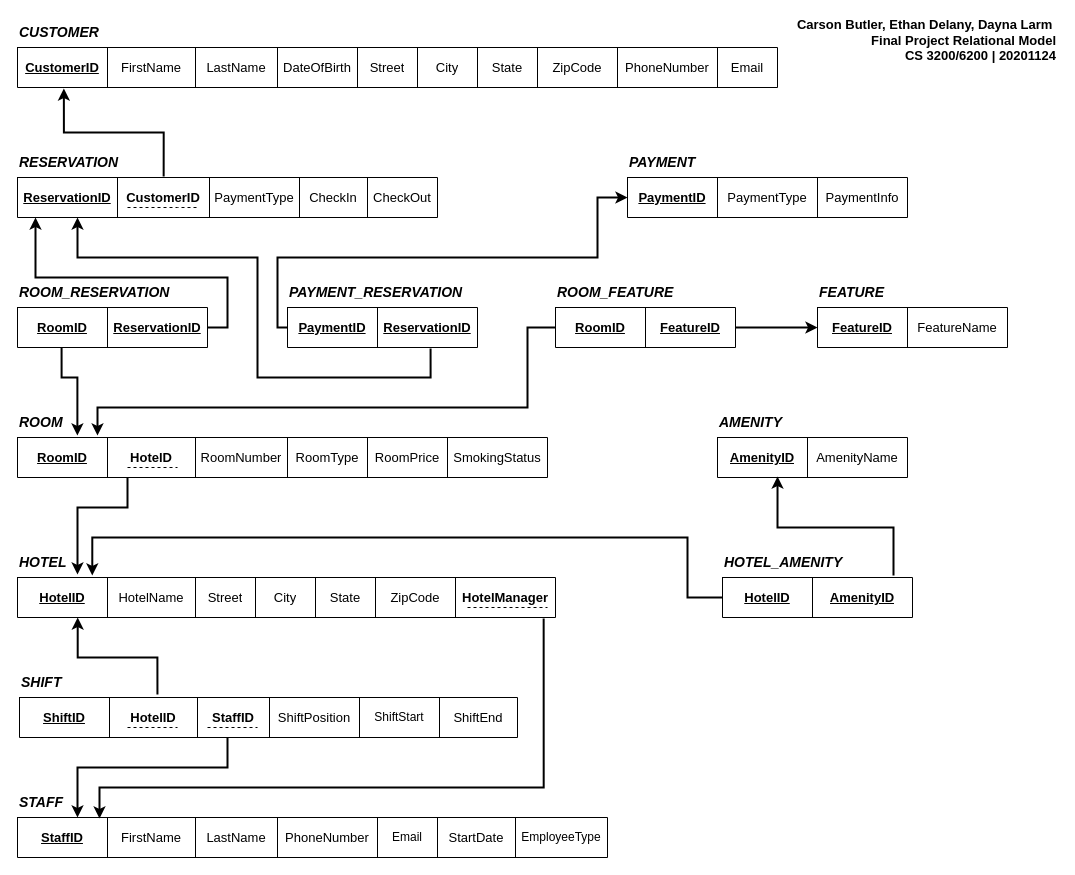
This is documentation/CBEDDL_CS3200_project_relational_model.drawio from Starmism/HotelMan, a draw.io file, before an edit. Source tidied: cells renumbered, new cells numbered last; positions are measured from the earlier drawing's top-left corner, leaving out a move shared by most shapes. Both pictures are drawn from the tidied source at 100%, with x=0, y=0 at pixel (17, 17).
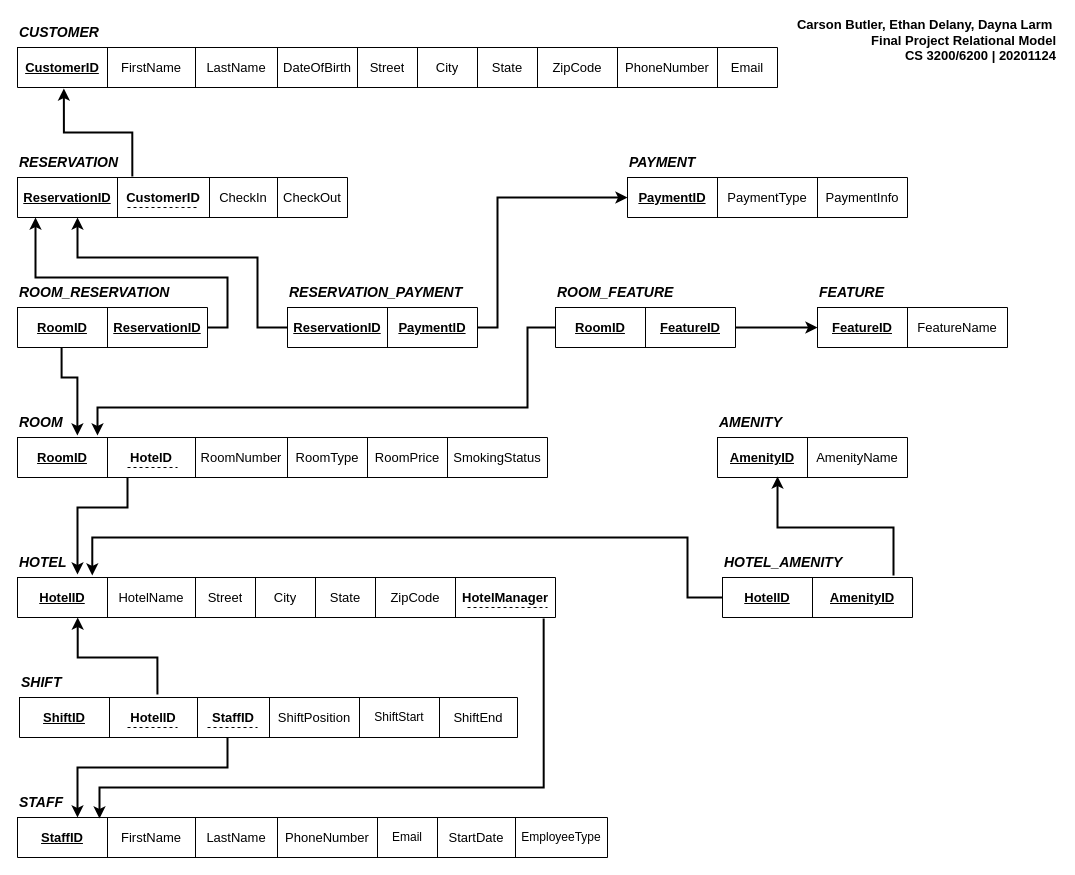
The same page after the edit.

Commit message (it also covers changes not shown here):
docs(final-project): relational model 2nd pass

There are outstanding questions for me in the gdoc

Unchanged cells that the change refers to:
```xml
<mxCell id="27" style="shape=partialRectangle;html=1;whiteSpace=wrap;fillColor=none;top=0;left=0;bottom=0;right=0;points=[[0,0.5],[1,0.5]];portConstraint=eastwest;" parent="26" vertex="1">
  <mxGeometry width="280" height="40" as="geometry" />
</mxCell>
<mxCell id="58" style="shape=partialRectangle;html=1;whiteSpace=wrap;fillColor=none;top=0;left=0;bottom=0;right=0;points=[[0,0.5],[1,0.5]];portConstraint=eastwest;" parent="57" vertex="1">
  <mxGeometry width="190" height="40" as="geometry" />
</mxCell>
```

Diff of the diagram source:
```diff
@@
     <mxCell id="17" style="shape=table;html=1;whiteSpace=wrap;startSize=0;childLayout=tableLayout;" parent="1" vertex="1">
-      <mxGeometry y="160" width="420" height="40" as="geometry" />
+      <mxGeometry y="160" width="330" height="40" as="geometry" />
     </mxCell>
     <mxCell id="18" style="shape=partialRectangle;html=1;whiteSpace=wrap;fillColor=none;top=0;left=0;bottom=0;right=0;points=[[0,0.5],[1,0.5]];portConstraint=eastwest;" parent="17" vertex="1">
-      <mxGeometry width="420" height="40" as="geometry" />
+      <mxGeometry width="330" height="40" as="geometry" />
     </mxCell>
@@
-    <mxCell id="21" value="&lt;font style=&quot;font-size: 13px&quot;&gt;PaymentType&lt;/font&gt;" style="shape=partialRectangle;html=1;whiteSpace=wrap;overflow=hidden;fillColor=none;top=0;left=0;bottom=0;right=0;" parent="18" vertex="1">
-      <mxGeometry x="192" width="90" height="40" as="geometry" />
-    </mxCell>
     <mxCell id="22" value="&lt;font style=&quot;font-size: 13px&quot;&gt;CheckIn&lt;/font&gt;" style="shape=partialRectangle;html=1;whiteSpace=wrap;overflow=hidden;fillColor=none;top=0;left=0;bottom=0;right=0;" parent="18" vertex="1">
-      <mxGeometry x="282" width="68" height="40" as="geometry" />
+      <mxGeometry x="192" width="68" height="40" as="geometry" />
     </mxCell>
     <mxCell id="23" value="&lt;font style=&quot;font-size: 13px&quot;&gt;CheckOut&lt;/font&gt;" style="shape=partialRectangle;html=1;whiteSpace=wrap;overflow=hidden;fillColor=none;top=0;left=0;bottom=0;right=0;" parent="18" vertex="1">
-      <mxGeometry x="350" width="70" height="40" as="geometry" />
+      <mxGeometry x="260" width="70" height="40" as="geometry" />
     </mxCell>
@@
-    <mxCell id="56" value="&lt;b style=&quot;font-size: 14px&quot;&gt;&lt;i style=&quot;font-size: 14px&quot;&gt;PAYMENT_RESERVATION&lt;/i&gt;&lt;/b&gt;" style="text;html=1;strokeColor=none;fillColor=none;align=left;verticalAlign=middle;whiteSpace=wrap;rounded=0;fontSize=14;" parent="1" vertex="1">
+    <mxCell id="56" value="&lt;b style=&quot;font-size: 14px&quot;&gt;&lt;i style=&quot;font-size: 14px&quot;&gt;RESERVATION_PAYMENT&lt;/i&gt;&lt;/b&gt;" style="text;html=1;strokeColor=none;fillColor=none;align=left;verticalAlign=middle;whiteSpace=wrap;rounded=0;fontSize=14;" parent="1" vertex="1">
       <mxGeometry x="270" y="260" width="160" height="30" as="geometry" />
     </mxCell>
@@
-    <mxCell id="59" value="&lt;span&gt;&lt;font style=&quot;font-size: 13px&quot;&gt;PaymentID&lt;/font&gt;&lt;/span&gt;" style="shape=partialRectangle;html=1;whiteSpace=wrap;overflow=hidden;fillColor=none;top=0;left=0;bottom=0;right=0;fontStyle=5;" parent="58" vertex="1">
-      <mxGeometry width="90" height="40" as="geometry" />
+    <mxCell id="59" value="&lt;span&gt;&lt;font style=&quot;font-size: 13px&quot;&gt;ReservationID&lt;/font&gt;&lt;/span&gt;" style="shape=partialRectangle;html=1;whiteSpace=wrap;overflow=hidden;fillColor=none;top=0;left=0;bottom=0;right=0;fontStyle=5;" parent="58" vertex="1">
+      <mxGeometry width="100" height="40" as="geometry" />
     </mxCell>
-    <mxCell id="60" value="&lt;b&gt;&lt;font style=&quot;font-size: 13px&quot;&gt;ReservationlD&lt;/font&gt;&lt;/b&gt;" style="shape=partialRectangle;html=1;whiteSpace=wrap;overflow=hidden;fillColor=none;top=0;left=0;bottom=0;right=0;fontStyle=4;" parent="58" vertex="1">
-      <mxGeometry x="90" width="100" height="40" as="geometry" />
+    <mxCell id="60" value="&lt;b&gt;&lt;font style=&quot;font-size: 13px&quot;&gt;PaymentlD&lt;/font&gt;&lt;/b&gt;" style="shape=partialRectangle;html=1;whiteSpace=wrap;overflow=hidden;fillColor=none;top=0;left=0;bottom=0;right=0;fontStyle=4;" parent="58" vertex="1">
+      <mxGeometry x="100" width="90" height="40" as="geometry" />
     </mxCell>
@@
-    <mxCell id="106" style="endArrow=classic;html=1;exitX=0.753;exitY=1.025;exitDx=0;exitDy=0;edgeStyle=orthogonalEdgeStyle;rounded=0;strokeWidth=2;exitPerimeter=0;" parent="1" edge="1" source="58">
+    <mxCell id="106" style="endArrow=classic;html=1;exitX=0;exitY=0.5;exitDx=0;exitDy=0;edgeStyle=orthogonalEdgeStyle;rounded=0;strokeWidth=2;" parent="1" edge="1" source="58">
       <mxGeometry relative="1" as="geometry">
         <mxPoint x="60" y="200" as="targetPoint" />
         <Array as="points">
-          <mxPoint x="413" y="360" />
-          <mxPoint x="240" y="360" />
+          <mxPoint x="240" y="310" />
           <mxPoint x="240" y="240" />
           <mxPoint x="60" y="240" />
         </Array>
       </mxGeometry>
     </mxCell>
-    <mxCell id="107" style="endArrow=classic;html=1;exitX=0;exitY=0.5;exitDx=0;exitDy=0;edgeStyle=orthogonalEdgeStyle;rounded=0;entryX=0;entryY=0.5;entryDx=0;entryDy=0;strokeWidth=2;" parent="1" edge="1" source="58" target="27">
+    <mxCell id="107" style="endArrow=classic;html=1;exitX=1;exitY=0.5;exitDx=0;exitDy=0;edgeStyle=orthogonalEdgeStyle;rounded=0;entryX=0;entryY=0.5;entryDx=0;entryDy=0;strokeWidth=2;" parent="1" edge="1" source="58" target="27">
       <mxGeometry relative="1" as="geometry">
         <Array as="points">
-          <mxPoint x="260" y="310" />
-          <mxPoint x="260" y="240" />
-          <mxPoint x="580" y="240" />
-          <mxPoint x="580" y="180" />
+          <mxPoint x="480" y="310" />
+          <mxPoint x="480" y="180" />
         </Array>
       </mxGeometry>
     </mxCell>
```
